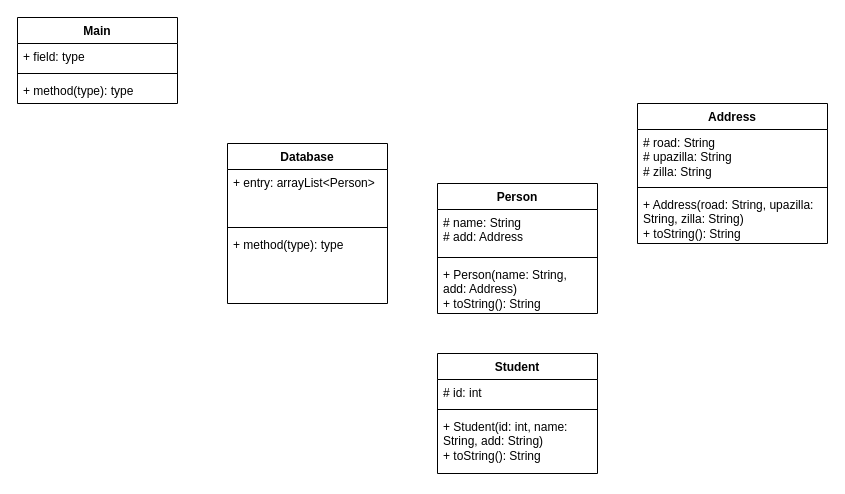
Before: UML_Stu_Database.drawio in KaziRifatMorshed/student-database-oop-java-swing, a draw.io diagram. Source tidied: cells renumbered, new cells numbered last; positions are measured from the earlier drawing's top-left corner, leaving out a move shared by most shapes. Both pictures are drawn from the tidied source at 100%, with x=0, y=0 at pixel (17, 17).
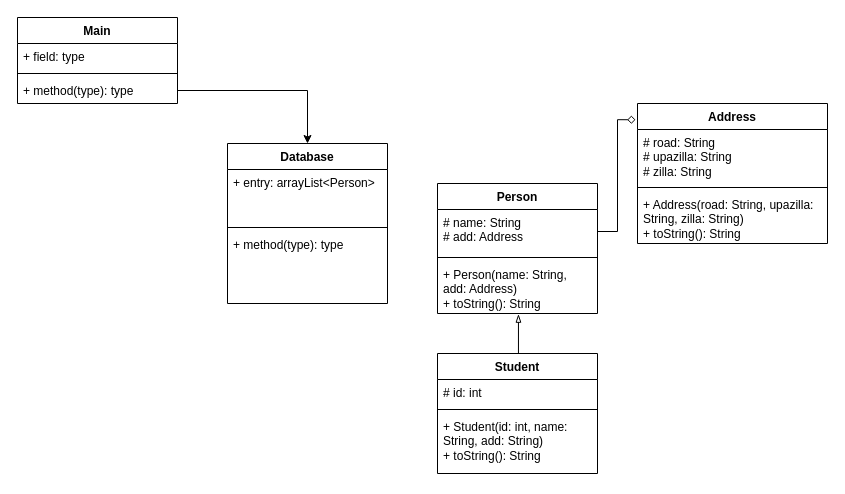
After the change.

Unchanged cells that the change refers to:
```xml
<mxCell id="2" value="Address" style="swimlane;fontStyle=1;align=center;verticalAlign=top;horizontal=1;startSize=26;whiteSpace=wrap;html=1;" parent="1" vertex="1">
  <mxGeometry x="620" y="86" width="190" height="140" as="geometry" />
</mxCell>
<mxCell id="7" value="# name: String&lt;div&gt;# add: Address&lt;/div&gt;" style="text;strokeColor=none;fillColor=none;align=left;verticalAlign=top;spacingLeft=4;spacingRight=4;overflow=hidden;points=[[0,0.5],[1,0.5]];portConstraint=eastwest;whiteSpace=wrap;html=1;" parent="6" vertex="1">
  <mxGeometry y="26" width="160" height="44" as="geometry" />
</mxCell>
<mxCell id="9" value="+ Person(name: String, add: Address)&lt;div&gt;+ toString(): String&lt;/div&gt;" style="text;strokeColor=none;fillColor=none;align=left;verticalAlign=top;spacingLeft=4;spacingRight=4;overflow=hidden;points=[[0,0.5],[1,0.5]];portConstraint=eastwest;whiteSpace=wrap;html=1;" parent="6" vertex="1">
  <mxGeometry y="78" width="160" height="52" as="geometry" />
</mxCell>
<mxCell id="10" value="Student" style="swimlane;fontStyle=1;align=center;verticalAlign=top;horizontal=1;startSize=26;whiteSpace=wrap;html=1;" parent="1" vertex="1">
  <mxGeometry x="420" y="336" width="160" height="120" as="geometry" />
</mxCell>
<mxCell id="17" value="+ method(type): type" style="text;strokeColor=none;fillColor=none;align=left;verticalAlign=top;spacingLeft=4;spacingRight=4;overflow=hidden;points=[[0,0.5],[1,0.5]];portConstraint=eastwest;whiteSpace=wrap;html=1;" parent="14" vertex="1">
  <mxGeometry y="60" width="160" height="26" as="geometry" />
</mxCell>
<mxCell id="18" value="Database" style="swimlane;fontStyle=1;align=center;verticalAlign=top;horizontal=1;startSize=26;whiteSpace=wrap;html=1;" parent="1" vertex="1">
  <mxGeometry x="210" y="126" width="160" height="160" as="geometry" />
</mxCell>
```

The edit, as a diff of the source:
```diff
@@
+    <mxCell id="22" style="edgeStyle=orthogonalEdgeStyle;rounded=0;jettySize=auto;html=1;entryX=0.506;entryY=1.014;entryDx=0;entryDy=0;entryPerimeter=0;endArrow=blockThin;endFill=0;strokeWidth=1;" parent="1" edge="1" source="10" target="9">
+      <mxGeometry relative="1" as="geometry">
+        <Array as="points">
+          <mxPoint x="500" y="297" />
+        </Array>
+      </mxGeometry>
+    </mxCell>
+    <mxCell id="23" style="edgeStyle=orthogonalEdgeStyle;rounded=0;jettySize=auto;html=1;entryX=-0.01;entryY=0.116;entryDx=0;entryDy=0;entryPerimeter=0;endArrow=diamond;endFill=0;" parent="1" edge="1" source="7" target="2">
+      <mxGeometry relative="1" as="geometry" />
+    </mxCell>
+    <mxCell id="24" style="edgeStyle=orthogonalEdgeStyle;rounded=0;jettySize=auto;html=1;entryX=0.5;entryY=0;entryDx=0;entryDy=0;" parent="1" edge="1" source="17" target="18">
+      <mxGeometry relative="1" as="geometry" />
+    </mxCell>
```
